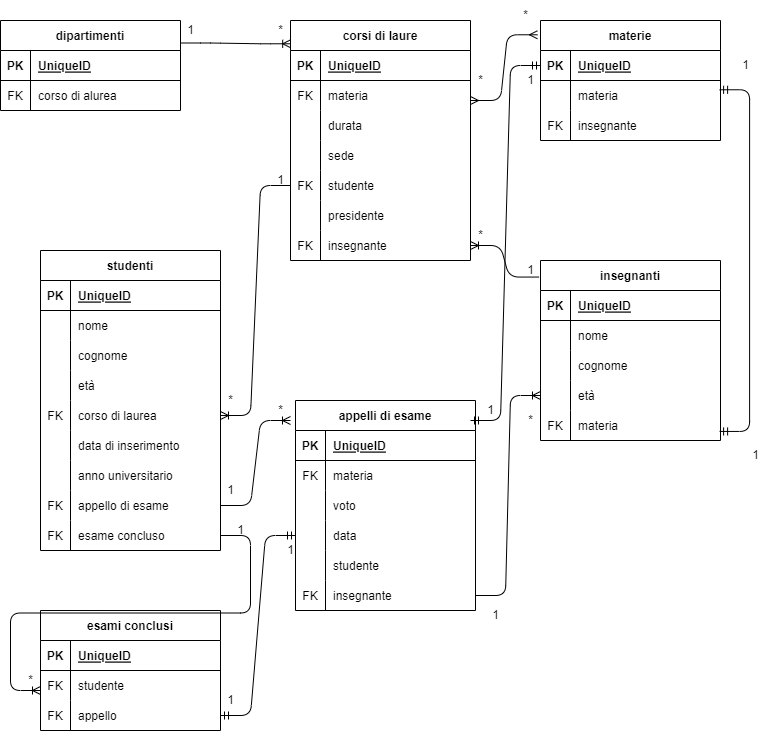
Pasqualinobruno/db-university keeps this draw.io diagram as schema.png. Above is the earlier version. Source tidied: cells renumbered, new cells last; positions are measured from the earlier drawing's top-left corner, leaving out a move shared by most shapes.
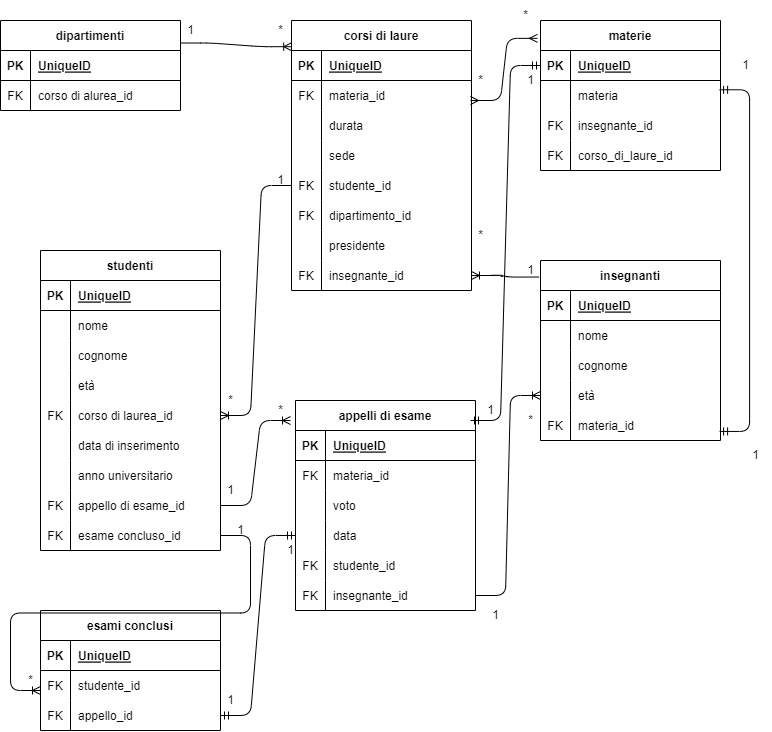
After the commit.

Change to the diagram source:
```diff
@@ -20,11 +20,11 @@
     <mxCell id="7" value="FK" style="shape=partialRectangle;fillColor=none;top=0;left=0;bottom=0;right=0;overflow=hidden;" parent="6" vertex="1">
       <mxGeometry width="30" height="30" as="geometry" />
     </mxCell>
-    <mxCell id="8" value="corso di alurea" style="shape=partialRectangle;fillColor=none;top=0;left=0;bottom=0;right=0;align=left;spacingLeft=6;overflow=hidden;" parent="6" vertex="1">
+    <mxCell id="8" value="corso di alurea_id" style="shape=partialRectangle;fillColor=none;top=0;left=0;bottom=0;right=0;align=left;spacingLeft=6;overflow=hidden;" parent="6" vertex="1">
       <mxGeometry x="30" width="150" height="30" as="geometry" />
     </mxCell>
     <mxCell id="9" value="corsi di laure" style="shape=table;startSize=30;rowLines=0;fontStyle=1;align=center;" parent="1" vertex="1">
-      <mxGeometry x="290" y="20" width="180" height="240" as="geometry" />
+      <mxGeometry x="291" y="20" width="180" height="270" as="geometry" />
     </mxCell>
     <mxCell id="10" style="shape=tableRow;horizontal=0;startSize=0;swimlaneHead=0;swimlaneBody=0;fillColor=none;top=0;left=0;right=0;bottom=1;" parent="9" vertex="1">
       <mxGeometry y="30" width="180" height="30" as="geometry" />
@@ -41,7 +41,7 @@
     <mxCell id="14" value="FK" style="shape=partialRectangle;fillColor=none;top=0;left=0;bottom=0;right=0;overflow=hidden;" parent="13" vertex="1">
       <mxGeometry width="30" height="30" as="geometry" />
     </mxCell>
-    <mxCell id="15" value="materia" style="shape=partialRectangle;fillColor=none;top=0;left=0;bottom=0;right=0;align=left;spacingLeft=6;overflow=hidden;" parent="13" vertex="1">
+    <mxCell id="15" value="materia_id" style="shape=partialRectangle;fillColor=none;top=0;left=0;bottom=0;right=0;align=left;spacingLeft=6;overflow=hidden;" parent="13" vertex="1">
       <mxGeometry x="30" width="150" height="30" as="geometry" />
     </mxCell>
     <mxCell id="16" style="shape=tableRow;horizontal=0;startSize=0;swimlaneHead=0;swimlaneBody=0;fillColor=none;top=0;left=0;right=0;bottom=0;" parent="9" vertex="1">
@@ -68,11 +68,20 @@
     <mxCell id="23" value="FK" style="shape=partialRectangle;fillColor=none;top=0;left=0;bottom=0;right=0;overflow=hidden;" parent="22" vertex="1">
       <mxGeometry width="30" height="30" as="geometry" />
     </mxCell>
-    <mxCell id="24" value="studente" style="shape=partialRectangle;fillColor=none;top=0;left=0;bottom=0;right=0;align=left;spacingLeft=6;overflow=hidden;" parent="22" vertex="1">
+    <mxCell id="24" value="studente_id" style="shape=partialRectangle;fillColor=none;top=0;left=0;bottom=0;right=0;align=left;spacingLeft=6;overflow=hidden;" parent="22" vertex="1">
       <mxGeometry x="30" width="150" height="30" as="geometry" />
     </mxCell>
+    <mxCell id="144" style="shape=tableRow;horizontal=0;startSize=0;swimlaneHead=0;swimlaneBody=0;fillColor=none;top=0;left=0;right=0;bottom=0;" parent="9" vertex="1">
+      <mxGeometry y="180" width="180" height="30" as="geometry" />
+    </mxCell>
+    <mxCell id="145" value="FK" style="shape=partialRectangle;fillColor=none;top=0;left=0;bottom=0;right=0;overflow=hidden;" parent="144" vertex="1">
+      <mxGeometry width="30" height="30" as="geometry" />
+    </mxCell>
+    <mxCell id="146" value="dipartimento_id" style="shape=partialRectangle;fillColor=none;top=0;left=0;bottom=0;right=0;align=left;spacingLeft=6;overflow=hidden;" parent="144" vertex="1">
+      <mxGeometry x="30" width="150" height="30" as="geometry" />
+    </mxCell>
     <mxCell id="25" style="shape=tableRow;horizontal=0;startSize=0;swimlaneHead=0;swimlaneBody=0;fillColor=none;top=0;left=0;right=0;bottom=0;" parent="9" vertex="1">
-      <mxGeometry y="180" width="180" height="30" as="geometry" />
+      <mxGeometry y="210" width="180" height="30" as="geometry" />
     </mxCell>
     <mxCell id="26" style="shape=partialRectangle;fillColor=none;top=0;left=0;bottom=0;right=0;overflow=hidden;" parent="25" vertex="1">
       <mxGeometry width="30" height="30" as="geometry" />
@@ -81,12 +90,12 @@
       <mxGeometry x="30" width="150" height="30" as="geometry" />
     </mxCell>
     <mxCell id="28" style="shape=tableRow;horizontal=0;startSize=0;swimlaneHead=0;swimlaneBody=0;fillColor=none;points=[[0,0.5],[1,0.5]];portConstraint=eastwest;top=0;left=0;right=0;bottom=0;" parent="9" vertex="1">
-      <mxGeometry y="210" width="180" height="30" as="geometry" />
+      <mxGeometry y="240" width="180" height="30" as="geometry" />
     </mxCell>
     <mxCell id="29" value="FK" style="shape=partialRectangle;fillColor=none;top=0;left=0;bottom=0;right=0;overflow=hidden;" parent="28" vertex="1">
       <mxGeometry width="30" height="30" as="geometry" />
     </mxCell>
-    <mxCell id="30" value="insegnante" style="shape=partialRectangle;fillColor=none;top=0;left=0;bottom=0;right=0;align=left;spacingLeft=6;overflow=hidden;" parent="28" vertex="1">
+    <mxCell id="30" value="insegnante_id" style="shape=partialRectangle;fillColor=none;top=0;left=0;bottom=0;right=0;align=left;spacingLeft=6;overflow=hidden;" parent="28" vertex="1">
       <mxGeometry x="30" width="150" height="30" as="geometry" />
     </mxCell>
     <mxCell id="31" style="edgeStyle=entityRelationEdgeStyle;fontSize=12;html=1;endArrow=ERoneToMany;exitX=1;exitY=0.25;exitDx=0;exitDy=0;entryX=0.001;entryY=0.097;entryDx=0;entryDy=0;entryPerimeter=0;" parent="1" edge="1" source="2" target="9">
@@ -99,7 +108,7 @@
       <mxGeometry x="265" y="15" width="30" height="30" as="geometry" />
     </mxCell>
     <mxCell id="34" value="materie" style="shape=table;startSize=30;rowLines=0;fontStyle=1;align=center;" parent="1" vertex="1">
-      <mxGeometry x="540" y="20" width="180" height="120" as="geometry" />
+      <mxGeometry x="540" y="20" width="180" height="150" as="geometry" />
     </mxCell>
     <mxCell id="35" style="shape=tableRow;horizontal=0;startSize=0;swimlaneHead=0;swimlaneBody=0;fillColor=none;points=[[0,0.5],[1,0.5]];portConstraint=eastwest;top=0;left=0;right=0;bottom=1;" parent="34" vertex="1">
       <mxGeometry y="30" width="180" height="30" as="geometry" />
@@ -125,9 +134,18 @@
     <mxCell id="42" value="FK" style="shape=partialRectangle;fillColor=none;top=0;left=0;bottom=0;right=0;overflow=hidden;" parent="41" vertex="1">
       <mxGeometry width="30" height="30" as="geometry" />
     </mxCell>
-    <mxCell id="43" value="insegnante" style="shape=partialRectangle;fillColor=none;top=0;left=0;bottom=0;right=0;align=left;spacingLeft=6;overflow=hidden;" parent="41" vertex="1">
+    <mxCell id="43" value="insegnante_id" style="shape=partialRectangle;fillColor=none;top=0;left=0;bottom=0;right=0;align=left;spacingLeft=6;overflow=hidden;" parent="41" vertex="1">
       <mxGeometry x="30" width="150" height="30" as="geometry" />
     </mxCell>
+    <mxCell id="147" style="shape=tableRow;horizontal=0;startSize=0;swimlaneHead=0;swimlaneBody=0;fillColor=none;top=0;left=0;right=0;bottom=0;" parent="34" vertex="1">
+      <mxGeometry y="120" width="180" height="30" as="geometry" />
+    </mxCell>
+    <mxCell id="148" value="FK" style="shape=partialRectangle;fillColor=none;top=0;left=0;bottom=0;right=0;overflow=hidden;" parent="147" vertex="1">
+      <mxGeometry width="30" height="30" as="geometry" />
+    </mxCell>
+    <mxCell id="149" value="corso_di_laure_id" style="shape=partialRectangle;fillColor=none;top=0;left=0;bottom=0;right=0;align=left;spacingLeft=6;overflow=hidden;" parent="147" vertex="1">
+      <mxGeometry x="30" width="150" height="30" as="geometry" />
+    </mxCell>
     <mxCell id="44" style="edgeStyle=entityRelationEdgeStyle;fontSize=12;html=1;endArrow=ERmany;startArrow=ERmany;entryX=-0.017;entryY=0.119;entryDx=0;entryDy=0;entryPerimeter=0;" parent="1" edge="1" target="34">
       <mxGeometry relative="1" as="geometry">
         <mxPoint x="470" y="100" as="sourcePoint" />
@@ -184,7 +202,7 @@
     <mxCell id="61" value="FK" style="shape=partialRectangle;fillColor=none;top=0;left=0;bottom=0;right=0;overflow=hidden;" parent="60" vertex="1">
       <mxGeometry width="30" height="30" as="geometry" />
     </mxCell>
-    <mxCell id="62" value="materia" style="shape=partialRectangle;fillColor=none;top=0;left=0;bottom=0;right=0;align=left;spacingLeft=6;overflow=hidden;" parent="60" vertex="1">
+    <mxCell id="62" value="materia_id" style="shape=partialRectangle;fillColor=none;top=0;left=0;bottom=0;right=0;align=left;spacingLeft=6;overflow=hidden;" parent="60" vertex="1">
       <mxGeometry x="30" width="150" height="30" as="geometry" />
     </mxCell>
     <mxCell id="63" style="edgeStyle=entityRelationEdgeStyle;fontSize=12;html=1;endArrow=ERmandOne;startArrow=ERmandOne;entryX=0.995;entryY=0.309;entryDx=0;entryDy=0;entryPerimeter=0;exitX=0.995;exitY=0.698;exitDx=0;exitDy=0;exitPerimeter=0;" parent="1" edge="1" source="60" target="38">
@@ -223,7 +241,7 @@
     <mxCell id="74" value="FK" style="shape=partialRectangle;fillColor=none;top=0;left=0;bottom=0;right=0;overflow=hidden;" parent="73" vertex="1">
       <mxGeometry width="30" height="30" as="geometry" />
     </mxCell>
-    <mxCell id="75" value="materia" style="shape=partialRectangle;fillColor=none;top=0;left=0;bottom=0;right=0;align=left;spacingLeft=6;overflow=hidden;" parent="73" vertex="1">
+    <mxCell id="75" value="materia_id" style="shape=partialRectangle;fillColor=none;top=0;left=0;bottom=0;right=0;align=left;spacingLeft=6;overflow=hidden;" parent="73" vertex="1">
       <mxGeometry x="30" width="150" height="30" as="geometry" />
     </mxCell>
     <mxCell id="76" style="shape=tableRow;horizontal=0;startSize=0;swimlaneHead=0;swimlaneBody=0;fillColor=none;top=0;left=0;right=0;bottom=0;" parent="69" vertex="1">
@@ -247,10 +265,10 @@
     <mxCell id="82" style="shape=tableRow;horizontal=0;startSize=0;swimlaneHead=0;swimlaneBody=0;fillColor=none;top=0;left=0;right=0;bottom=0;" parent="69" vertex="1">
       <mxGeometry y="150" width="180" height="30" as="geometry" />
     </mxCell>
-    <mxCell id="83" style="shape=partialRectangle;fillColor=none;top=0;left=0;bottom=0;right=0;overflow=hidden;" parent="82" vertex="1">
+    <mxCell id="83" value="FK" style="shape=partialRectangle;fillColor=none;top=0;left=0;bottom=0;right=0;overflow=hidden;" parent="82" vertex="1">
       <mxGeometry width="30" height="30" as="geometry" />
     </mxCell>
-    <mxCell id="84" value="studente" style="shape=partialRectangle;fillColor=none;top=0;left=0;bottom=0;right=0;align=left;spacingLeft=6;overflow=hidden;" parent="82" vertex="1">
+    <mxCell id="84" value="studente_id" style="shape=partialRectangle;fillColor=none;top=0;left=0;bottom=0;right=0;align=left;spacingLeft=6;overflow=hidden;" parent="82" vertex="1">
       <mxGeometry x="30" width="150" height="30" as="geometry" />
     </mxCell>
     <mxCell id="85" style="shape=tableRow;horizontal=0;startSize=0;swimlaneHead=0;swimlaneBody=0;fillColor=none;points=[[0,0.5],[1,0.5]];portConstraint=eastwest;top=0;left=0;right=0;bottom=0;" parent="69" vertex="1">
@@ -259,7 +277,7 @@
     <mxCell id="86" value="FK" style="shape=partialRectangle;fillColor=none;top=0;left=0;bottom=0;right=0;overflow=hidden;" parent="85" vertex="1">
       <mxGeometry width="30" height="30" as="geometry" />
     </mxCell>
-    <mxCell id="87" value="insegnante" style="shape=partialRectangle;fillColor=none;top=0;left=0;bottom=0;right=0;align=left;spacingLeft=6;overflow=hidden;" parent="85" vertex="1">
+    <mxCell id="87" value="insegnante_id" style="shape=partialRectangle;fillColor=none;top=0;left=0;bottom=0;right=0;align=left;spacingLeft=6;overflow=hidden;" parent="85" vertex="1">
       <mxGeometry x="30" width="150" height="30" as="geometry" />
     </mxCell>
     <mxCell id="88" style="edgeStyle=entityRelationEdgeStyle;fontSize=12;html=1;endArrow=ERmandOne;startArrow=ERmandOne;entryX=0;entryY=0.5;entryDx=0;entryDy=0;" parent="1" edge="1" target="35">
@@ -327,7 +345,7 @@
     <mxCell id="108" value="FK" style="shape=partialRectangle;fillColor=none;top=0;left=0;bottom=0;right=0;overflow=hidden;" parent="107" vertex="1">
       <mxGeometry width="30" height="30" as="geometry" />
     </mxCell>
-    <mxCell id="109" value="corso di laurea" style="shape=partialRectangle;fillColor=none;top=0;left=0;bottom=0;right=0;align=left;spacingLeft=6;overflow=hidden;" parent="107" vertex="1">
+    <mxCell id="109" value="corso di laurea_id" style="shape=partialRectangle;fillColor=none;top=0;left=0;bottom=0;right=0;align=left;spacingLeft=6;overflow=hidden;" parent="107" vertex="1">
       <mxGeometry x="30" width="150" height="30" as="geometry" />
     </mxCell>
     <mxCell id="110" style="shape=tableRow;horizontal=0;startSize=0;swimlaneHead=0;swimlaneBody=0;fillColor=none;top=0;left=0;right=0;bottom=0;" parent="94" vertex="1">
@@ -354,7 +372,7 @@
     <mxCell id="117" value="FK" style="shape=partialRectangle;fillColor=none;top=0;left=0;bottom=0;right=0;overflow=hidden;" parent="116" vertex="1">
       <mxGeometry width="30" height="30" as="geometry" />
     </mxCell>
-    <mxCell id="118" value="appello di esame" style="shape=partialRectangle;fillColor=none;top=0;left=0;bottom=0;right=0;align=left;spacingLeft=6;overflow=hidden;" parent="116" vertex="1">
+    <mxCell id="118" value="appello di esame_id" style="shape=partialRectangle;fillColor=none;top=0;left=0;bottom=0;right=0;align=left;spacingLeft=6;overflow=hidden;" parent="116" vertex="1">
       <mxGeometry x="30" width="150" height="30" as="geometry" />
     </mxCell>
     <mxCell id="119" style="shape=tableRow;horizontal=0;startSize=0;swimlaneHead=0;swimlaneBody=0;fillColor=none;points=[[0,0.5],[1,0.5]];portConstraint=eastwest;top=0;left=0;right=0;bottom=0;" parent="94" vertex="1">
@@ -363,7 +381,7 @@
     <mxCell id="120" value="FK" style="shape=partialRectangle;fillColor=none;top=0;left=0;bottom=0;right=0;overflow=hidden;" parent="119" vertex="1">
       <mxGeometry width="30" height="30" as="geometry" />
     </mxCell>
-    <mxCell id="121" value="esame concluso" style="shape=partialRectangle;fillColor=none;top=0;left=0;bottom=0;right=0;align=left;spacingLeft=6;overflow=hidden;" parent="119" vertex="1">
+    <mxCell id="121" value="esame concluso_id" style="shape=partialRectangle;fillColor=none;top=0;left=0;bottom=0;right=0;align=left;spacingLeft=6;overflow=hidden;" parent="119" vertex="1">
       <mxGeometry x="30" width="150" height="30" as="geometry" />
     </mxCell>
     <mxCell id="122" style="edgeStyle=entityRelationEdgeStyle;fontSize=12;html=1;endArrow=ERoneToMany;exitX=1;exitY=0.5;exitDx=0;exitDy=0;" parent="1" edge="1" source="116">
@@ -404,7 +422,7 @@
     <mxCell id="133" value="FK" style="shape=partialRectangle;fillColor=none;top=0;left=0;bottom=0;right=0;overflow=hidden;" parent="132" vertex="1">
       <mxGeometry width="30" height="30" as="geometry" />
     </mxCell>
-    <mxCell id="134" value="studente" style="shape=partialRectangle;fillColor=none;top=0;left=0;bottom=0;right=0;align=left;spacingLeft=6;overflow=hidden;" parent="132" vertex="1">
+    <mxCell id="134" value="studente_id" style="shape=partialRectangle;fillColor=none;top=0;left=0;bottom=0;right=0;align=left;spacingLeft=6;overflow=hidden;" parent="132" vertex="1">
       <mxGeometry x="30" width="150" height="30" as="geometry" />
     </mxCell>
     <mxCell id="135" style="shape=tableRow;horizontal=0;startSize=0;swimlaneHead=0;swimlaneBody=0;fillColor=none;points=[[0,0.5],[1,0.5]];portConstraint=eastwest;top=0;left=0;right=0;bottom=0;" parent="128" vertex="1">
@@ -413,7 +431,7 @@
     <mxCell id="136" value="FK" style="shape=partialRectangle;fillColor=none;top=0;left=0;bottom=0;right=0;overflow=hidden;" parent="135" vertex="1">
       <mxGeometry width="30" height="30" as="geometry" />
     </mxCell>
-    <mxCell id="137" value="appello" style="shape=partialRectangle;fillColor=none;top=0;left=0;bottom=0;right=0;align=left;spacingLeft=6;overflow=hidden;" parent="135" vertex="1">
+    <mxCell id="137" value="appello_id" style="shape=partialRectangle;fillColor=none;top=0;left=0;bottom=0;right=0;align=left;spacingLeft=6;overflow=hidden;" parent="135" vertex="1">
       <mxGeometry x="30" width="150" height="30" as="geometry" />
     </mxCell>
     <mxCell id="138" style="edgeStyle=entityRelationEdgeStyle;fontSize=12;html=1;endArrow=ERoneToMany;" parent="1" edge="1" source="119">
```
